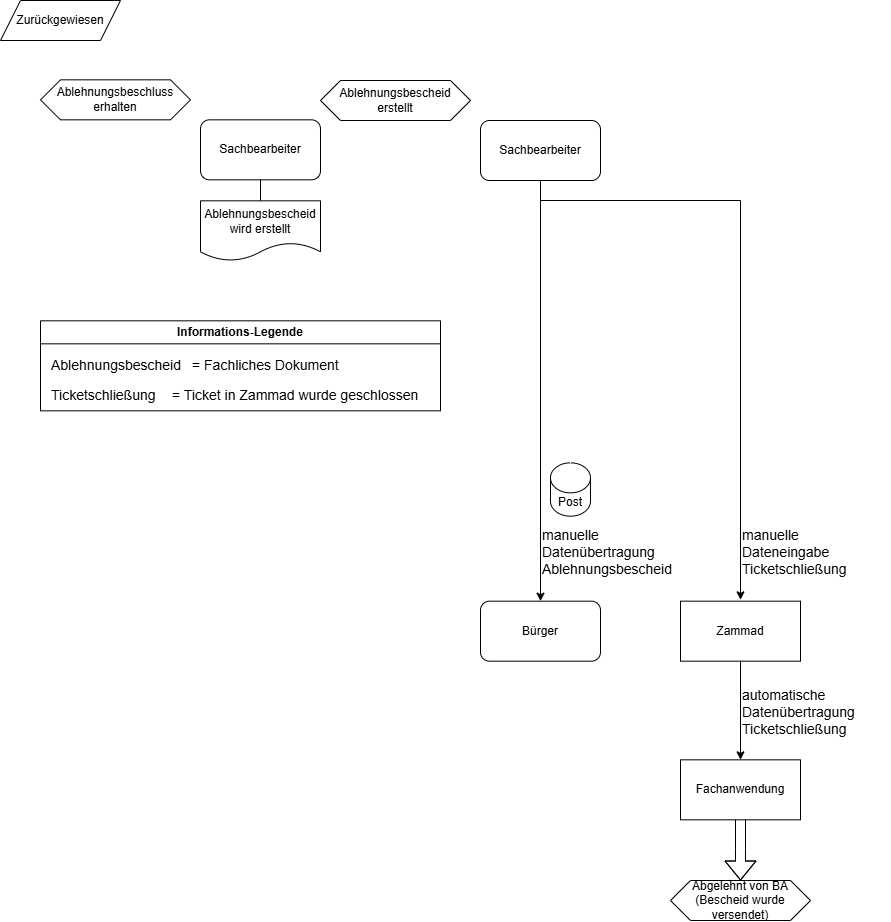
The draw.io diagram docs/src/about/dataflow-diagram/Zurueckgewiesen-state.png in it-at-m/stadtbezirksbudget, before a commit. Source tidied: cells renumbered, new cells last; positions are measured from the earlier drawing's top-left corner, leaving out a move shared by most shapes.
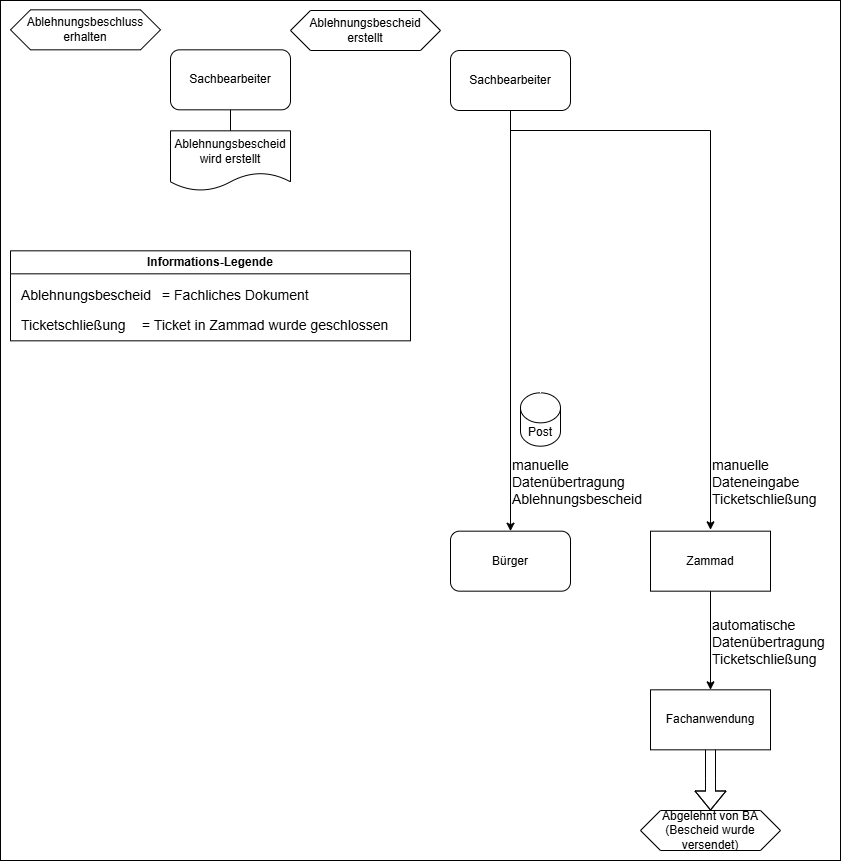
Later version of the same file.

The edit, as a diff of the source:
```diff
@@ -5,9 +5,6 @@
     <mxCell id="2" value="Ablehnungsbeschluss erhalten" style="shape=hexagon;perimeter=hexagonPerimeter2;whiteSpace=wrap;html=1;fixedSize=1;" parent="1" vertex="1">
       <mxGeometry x="40" y="79.3" width="150" height="40" as="geometry" />
     </mxCell>
-    <mxCell id="3" value="Zurückgewiesen" style="shape=parallelogram;perimeter=parallelogramPerimeter;whiteSpace=wrap;html=1;fixedSize=1;" parent="1" vertex="1">
-      <mxGeometry width="120" height="40" as="geometry" />
-    </mxCell>
     <mxCell id="4" value="Informations-Legende" style="swimlane;whiteSpace=wrap;html=1;" parent="1" vertex="1">
       <mxGeometry x="40" y="320.3" width="400" height="90" as="geometry" />
     </mxCell>
@@ -89,5 +86,8 @@
     <mxCell id="25" value="Fachanwendung" style="rounded=0;whiteSpace=wrap;html=1;" parent="1" vertex="1">
       <mxGeometry x="680" y="759.3" width="120" height="60" as="geometry" />
     </mxCell>
+    <mxCell id="26" style="rounded=0;whiteSpace=wrap;html=1;fillColor=none;" parent="1" vertex="1">
+      <mxGeometry x="30" y="70" width="840" height="860" as="geometry" />
+    </mxCell>
   </root>
 </mxGraphModel>
```
